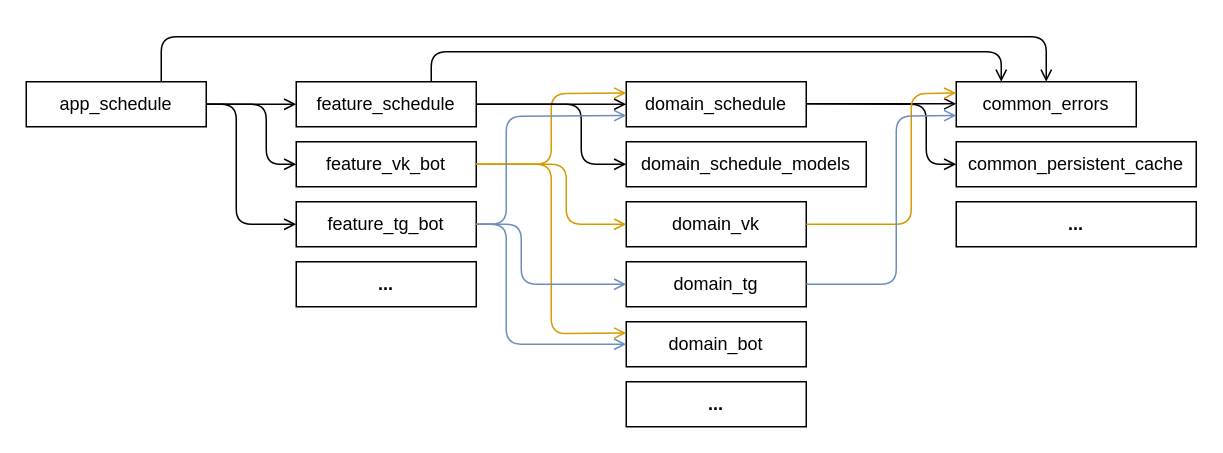
Before: media/mpeix-backend-arch-demo.drawio in tonykolomeytsev/mpeix-backend, a draw.io diagram. Source tidied: cells renumbered, new cells numbered last; positions are measured from the earlier drawing's top-left corner, leaving out a move shared by most shapes. Both pictures are drawn from the tidied source at 150%, with x=0, y=0 at pixel (26, 36).
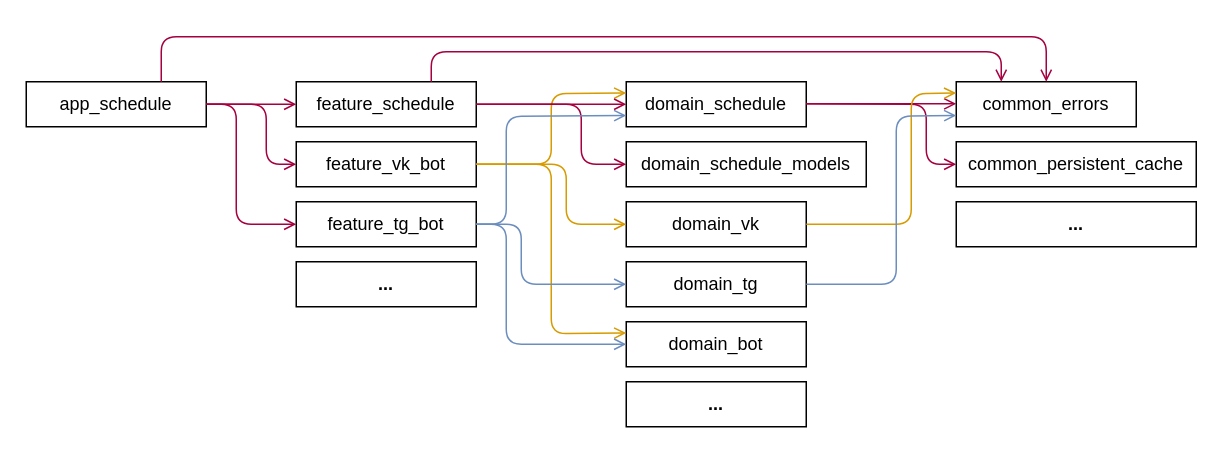
Above is the later version.

Commit message (it also covers changes not shown here):
Change illustration colors

The change refers to these unchanged cells:
```xml
<mxCell id="2" value="app_schedule" style="rounded=0;whiteSpace=wrap;html=1;" parent="1" vertex="1">
  <mxGeometry y="30" width="120" height="30" as="geometry" />
</mxCell>
<mxCell id="3" value="feature_schedule" style="rounded=0;whiteSpace=wrap;html=1;" parent="1" vertex="1">
  <mxGeometry x="180" y="30" width="120" height="30" as="geometry" />
</mxCell>
<mxCell id="4" value="feature_vk_bot" style="rounded=0;whiteSpace=wrap;html=1;" parent="1" vertex="1">
  <mxGeometry x="180" y="70" width="120" height="30" as="geometry" />
</mxCell>
<mxCell id="5" value="feature_tg_bot" style="rounded=0;whiteSpace=wrap;html=1;" parent="1" vertex="1">
  <mxGeometry x="180" y="110" width="120" height="30" as="geometry" />
</mxCell>
<mxCell id="6" value="domain_schedule" style="rounded=0;whiteSpace=wrap;html=1;" parent="1" vertex="1">
  <mxGeometry x="400" y="30" width="120" height="30" as="geometry" />
</mxCell>
<mxCell id="10" value="domain_schedule_models" style="rounded=0;whiteSpace=wrap;html=1;" parent="1" vertex="1">
  <mxGeometry x="400" y="70" width="160" height="30" as="geometry" />
</mxCell>
<mxCell id="22" value="common_errors" style="rounded=0;whiteSpace=wrap;html=1;" parent="1" vertex="1">
  <mxGeometry x="620" y="30" width="120" height="30" as="geometry" />
</mxCell>
<mxCell id="23" value="common_persistent_cache" style="rounded=0;whiteSpace=wrap;html=1;" parent="1" vertex="1">
  <mxGeometry x="620" y="70" width="160" height="30" as="geometry" />
</mxCell>
```

Diff of the diagram source:
```diff
@@
-    <mxCell id="11" style="endArrow=open;endSize=6;html=1;rounded=1;entryX=0;entryY=0.5;entryDx=0;entryDy=0;strokeWidth=1;" parent="1" edge="1" target="5">
+    <mxCell id="11" style="endArrow=open;endSize=6;html=1;rounded=1;entryX=0;entryY=0.5;entryDx=0;entryDy=0;strokeWidth=1;fillColor=#d80073;strokeColor=#A50040;" parent="1" edge="1" target="5">
       <mxGeometry relative="1" as="geometry">
         <mxPoint x="120" y="45" as="sourcePoint" />
         <Array as="points">
           <mxPoint x="140" y="45" />
           <mxPoint x="140" y="125" />
         </Array>
       </mxGeometry>
     </mxCell>
@@
-    <mxCell id="14" style="endArrow=open;endSize=6;html=1;rounded=1;entryX=0;entryY=0.5;entryDx=0;entryDy=0;strokeWidth=1;exitX=1;exitY=0.5;exitDx=0;exitDy=0;" parent="1" edge="1" source="2" target="4">
+    <mxCell id="14" style="endArrow=open;endSize=6;html=1;rounded=1;entryX=0;entryY=0.5;entryDx=0;entryDy=0;strokeWidth=1;exitX=1;exitY=0.5;exitDx=0;exitDy=0;fillColor=#d80073;strokeColor=#A50040;" parent="1" edge="1" source="2" target="4">
       <mxGeometry relative="1" as="geometry">
         <Array as="points">
           <mxPoint x="160" y="45" />
           <mxPoint x="160" y="85" />
         </Array>
       </mxGeometry>
     </mxCell>
-    <mxCell id="15" style="endArrow=open;endSize=6;html=1;rounded=1;entryX=0;entryY=0.5;entryDx=0;entryDy=0;strokeWidth=1;" parent="1" edge="1" target="3">
+    <mxCell id="15" style="endArrow=open;endSize=6;html=1;rounded=1;entryX=0;entryY=0.5;entryDx=0;entryDy=0;strokeWidth=1;fillColor=#d80073;strokeColor=#A50040;" parent="1" edge="1" target="3">
       <mxGeometry relative="1" as="geometry">
         <mxPoint x="120" y="45" as="sourcePoint" />
       </mxGeometry>
     </mxCell>
@@
-    <mxCell id="19" style="endArrow=open;endSize=6;html=1;rounded=1;exitX=1;exitY=0.5;exitDx=0;exitDy=0;entryX=0;entryY=0.5;entryDx=0;entryDy=0;endFill=0;strokeWidth=1;" parent="1" edge="1" source="3" target="10">
+    <mxCell id="19" style="endArrow=open;endSize=6;html=1;rounded=1;exitX=1;exitY=0.5;exitDx=0;exitDy=0;entryX=0;entryY=0.5;entryDx=0;entryDy=0;endFill=0;strokeWidth=1;fillColor=#d80073;strokeColor=#A50040;" parent="1" edge="1" source="3" target="10">
       <mxGeometry relative="1" as="geometry">
         <Array as="points">
           <mxPoint x="370" y="45" />
           <mxPoint x="370" y="85" />
         </Array>
       </mxGeometry>
     </mxCell>
-    <mxCell id="20" style="endArrow=open;endSize=6;html=1;rounded=1;exitX=1;exitY=0.5;exitDx=0;exitDy=0;entryX=0;entryY=0.5;entryDx=0;entryDy=0;endFill=0;strokeWidth=1;" parent="1" edge="1" source="3" target="6">
+    <mxCell id="20" style="endArrow=open;endSize=6;html=1;rounded=1;exitX=1;exitY=0.5;exitDx=0;exitDy=0;entryX=0;entryY=0.5;entryDx=0;entryDy=0;endFill=0;strokeWidth=1;fillColor=#d80073;strokeColor=#A50040;" parent="1" edge="1" source="3" target="6">
       <mxGeometry relative="1" as="geometry" />
     </mxCell>
@@
-    <mxCell id="24" style="endArrow=open;endSize=6;html=1;rounded=1;exitX=1;exitY=0.5;exitDx=0;exitDy=0;entryX=0;entryY=0.5;entryDx=0;entryDy=0;endFill=0;strokeWidth=1;" parent="1" edge="1">
+    <mxCell id="24" style="endArrow=open;endSize=6;html=1;rounded=1;exitX=1;exitY=0.5;exitDx=0;exitDy=0;entryX=0;entryY=0.5;entryDx=0;entryDy=0;endFill=0;strokeWidth=1;fillColor=#d80073;strokeColor=#A50040;" parent="1" edge="1">
       <mxGeometry relative="1" as="geometry">
         <mxPoint x="520" y="44.7" as="sourcePoint" />
         <mxPoint x="620" y="44.7" as="targetPoint" />
       </mxGeometry>
     </mxCell>
-    <mxCell id="25" style="endArrow=open;endSize=6;html=1;rounded=1;exitX=1;exitY=0.5;exitDx=0;exitDy=0;entryX=0;entryY=0.5;entryDx=0;entryDy=0;endFill=0;strokeWidth=1;" parent="1" edge="1" target="23">
+    <mxCell id="25" style="endArrow=open;endSize=6;html=1;rounded=1;exitX=1;exitY=0.5;exitDx=0;exitDy=0;entryX=0;entryY=0.5;entryDx=0;entryDy=0;endFill=0;strokeWidth=1;fillColor=#d80073;strokeColor=#A50040;" parent="1" edge="1" target="23">
       <mxGeometry relative="1" as="geometry">
         <mxPoint x="520" y="44.7" as="sourcePoint" />
         <Array as="points">
           <mxPoint x="600" y="45" />
           <mxPoint x="600" y="85" />
         </Array>
       </mxGeometry>
     </mxCell>
@@
-    <mxCell id="28" style="endArrow=open;endSize=6;html=1;rounded=1;entryX=0.25;entryY=0;entryDx=0;entryDy=0;strokeWidth=1;exitX=0.75;exitY=0;exitDx=0;exitDy=0;" parent="1" edge="1" source="3" target="22">
+    <mxCell id="28" style="endArrow=open;endSize=6;html=1;rounded=1;entryX=0.25;entryY=0;entryDx=0;entryDy=0;strokeWidth=1;exitX=0.75;exitY=0;exitDx=0;exitDy=0;fillColor=#d80073;strokeColor=#A50040;" parent="1" edge="1" source="3" target="22">
       <mxGeometry relative="1" as="geometry">
         <Array as="points">
           <mxPoint x="270" y="10" />
           <mxPoint x="650" y="10" />
         </Array>
       </mxGeometry>
     </mxCell>
-    <mxCell id="29" style="endArrow=open;endSize=6;html=1;rounded=1;entryX=0.5;entryY=0;entryDx=0;entryDy=0;strokeWidth=1;exitX=0.75;exitY=0;exitDx=0;exitDy=0;" parent="1" edge="1" source="2" target="22">
+    <mxCell id="29" style="endArrow=open;endSize=6;html=1;rounded=1;entryX=0.5;entryY=0;entryDx=0;entryDy=0;strokeWidth=1;exitX=0.75;exitY=0;exitDx=0;exitDy=0;fillColor=#d80073;strokeColor=#A50040;" parent="1" edge="1" source="2" target="22">
       <mxGeometry relative="1" as="geometry">
         <Array as="points">
           <mxPoint x="90" />
           <mxPoint x="680" />
         </Array>
       </mxGeometry>
     </mxCell>
```
